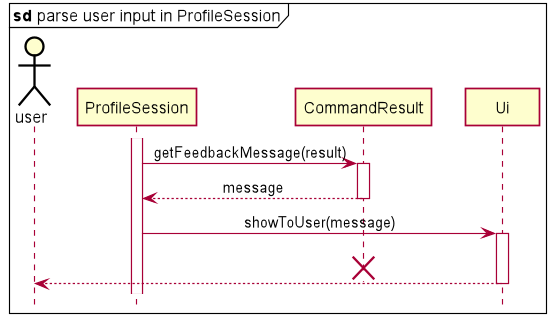
This is docs/pictures/khoa/ShowMessage.png from zsk612/tp, a PlantUML export, as it was before one commit.
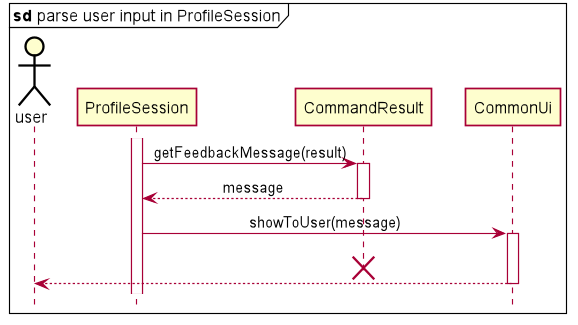
Later version of the same file.

The edit, as a diff of the source:
```diff
@@ -5,9 +5,9 @@
 
 
 skinparam Class {
-    FontColor #FFFFFF
+    FontColor #000000
     BorderThickness 1
-    BorderColor #FFFFFF
+    BorderColor #000000
     StereotypeFontColor #FFFFFF
     FontName Arial
 }
@@ -46,9 +46,9 @@
     activate ProfileSession
     ProfileSession -> CommandResult ++ : getFeedbackMessage(result)
     CommandResult --> ProfileSession -- : message
-    ProfileSession -> Ui ++ : showToUser(message)
+    ProfileSession -> CommonUi ++ : showToUser(message)
     destroy CommandResult
-    Ui --> user
-    deactivate Ui
+    CommonUi --> user
+    deactivate CommonUi
 
 @enduml
```
